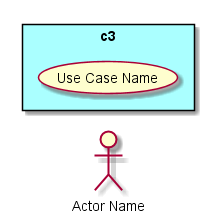
Earlier version of the PlantUML export docs/UseCases/UseCases.png (CAADE/C3). Its diagram source:
```plantuml
@startuml

left to right direction

:Actor Name: as A1

rectangle "c3"  #aaffff {
:Actor Name: as A1

(Use Case Name) as UCN
}


@enduml
```
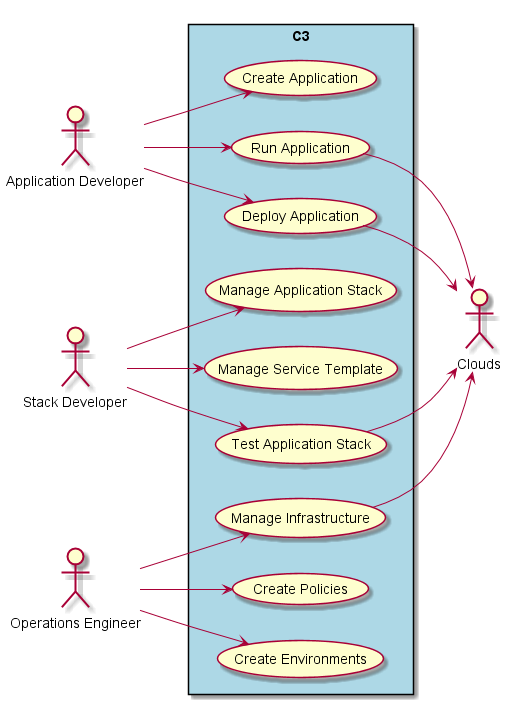
The same diagram one commit later.

Commit message:
Cleanup documentation to pass readthedocs build.

Diff of the diagram source:
```diff
@@ -2,12 +2,26 @@
 
 left to right direction
 
-:Actor Name: as A1
+:Application Developer: as Dev
+:Stack Developer: as SDev
+:Operations Engineer: as Ops
+:Clouds: as Cloud
 
-rectangle "c3"  #aaffff {
-:Actor Name: as A1
+rectangle "C3" #lightblue {
+    Dev --> (Create Application)
+    Dev --> (Run Application)
+    Dev --> (Deploy Application)
+    SDev --> (Manage Application Stack)
+    SDev --> (Manage Service Template)
+    SDev --> (Test Application Stack)
+    Ops --> (Manage Infrastructure)
+    Ops --> (Create Policies)
+    Ops --> (Create Environments)
 
-(Use Case Name) as UCN
+    (Run Application) --> Cloud
+    (Deploy Application) --> Cloud
+    (Manage Infrastructure) --> Cloud
+    (Test Application Stack) --> Cloud
 }
 
 
```
